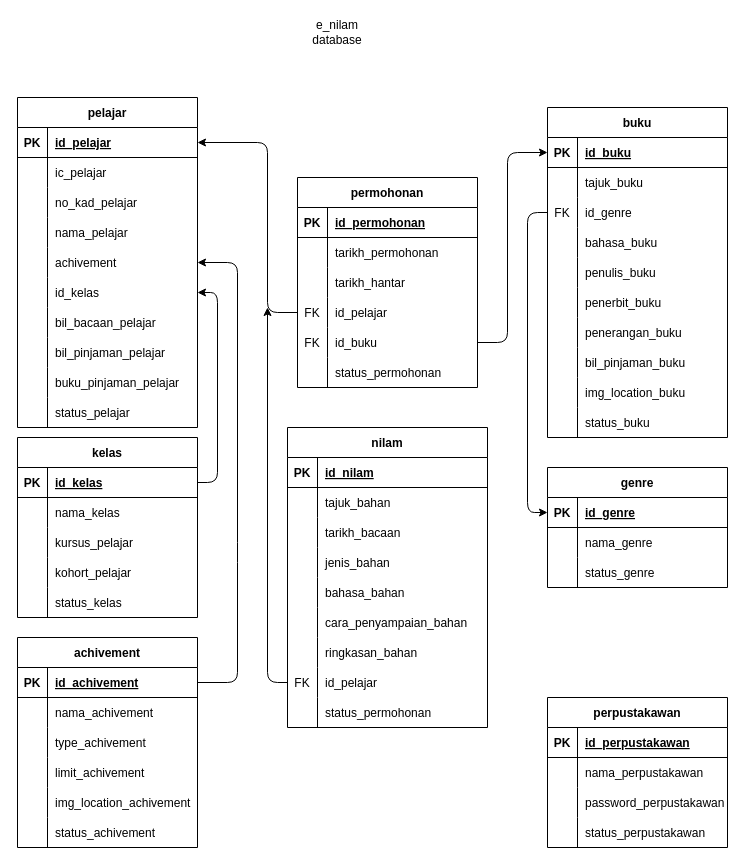
The draw.io diagram doc/database.drawio in Danialdev01/E-nilam, before the edit. Source tidied: cells renumbered, new cells numbered last; positions are measured from the earlier drawing's top-left corner, leaving out a move shared by most shapes. Both pictures are drawn from the tidied source at 100%, with x=0, y=0 at pixel (17, 17).
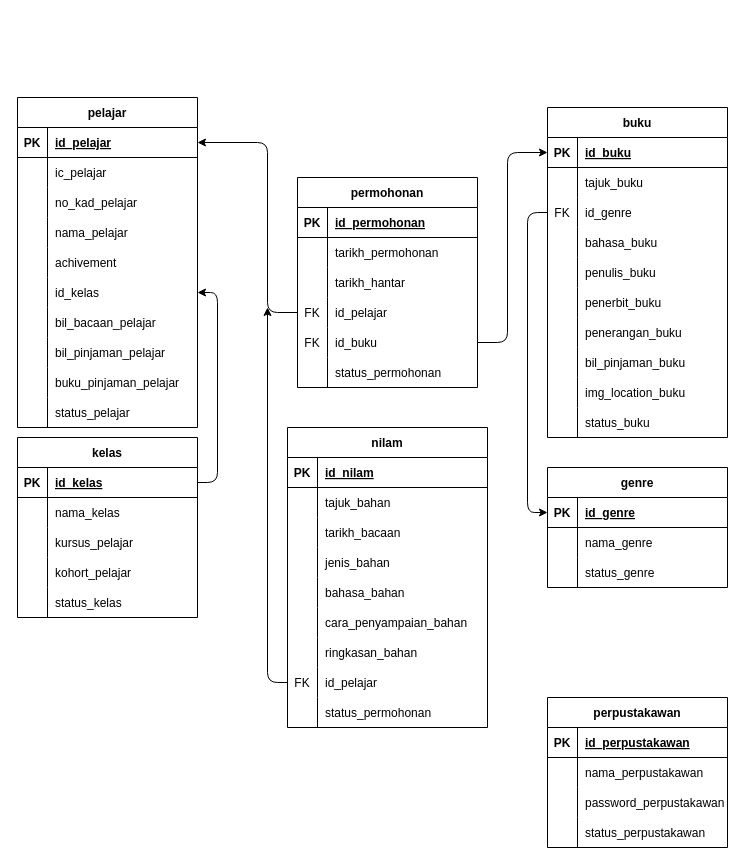
After the change.

The change refers to these unchanged cells:
```xml
<mxCell id="16" style="shape=tableRow;horizontal=0;startSize=0;swimlaneHead=0;swimlaneBody=0;fillColor=none;points=[[0,0.5],[1,0.5]];portConstraint=eastwest;top=0;left=0;right=0;bottom=0;" parent="3" vertex="1">
  <mxGeometry y="150" width="180" height="30" as="geometry" />
</mxCell>
```

Change to the diagram source:
```diff
@@
-<mxGraphModel>
+<mxGraphModel background="#ffffff">
@@
-    <mxCell id="2" value="e_nilam database" style="text;html=1;strokeColor=none;fillColor=none;align=center;verticalAlign=middle;whiteSpace=wrap;rounded=0;" parent="1" vertex="1">
-      <mxGeometry x="290" width="60" height="30" as="geometry" />
-    </mxCell>
@@
-    <mxCell id="103" value="achivement" style="shape=table;startSize=30;childLayout=tableLayout;rowLines=0;fontStyle=1;align=center;" parent="1" vertex="1">
-      <mxGeometry y="620" width="180" height="210" as="geometry" />
-    </mxCell>
-    <mxCell id="104" style="shape=tableRow;horizontal=0;startSize=0;swimlaneHead=0;swimlaneBody=0;fillColor=none;points=[[0,0.5],[1,0.5]];portConstraint=eastwest;top=0;left=0;right=0;bottom=1;" parent="103" vertex="1">
-      <mxGeometry y="30" width="180" height="30" as="geometry" />
-    </mxCell>
-    <mxCell id="105" value="PK" style="shape=partialRectangle;fillColor=none;top=0;left=0;bottom=0;right=0;fontStyle=1;overflow=hidden;" parent="104" vertex="1">
-      <mxGeometry width="30" height="30" as="geometry" />
-    </mxCell>
-    <mxCell id="106" value="id_achivement" style="shape=partialRectangle;fillColor=none;top=0;left=0;bottom=0;right=0;align=left;spacingLeft=6;fontStyle=5;overflow=hidden;" parent="104" vertex="1">
-      <mxGeometry x="30" width="150" height="30" as="geometry" />
-    </mxCell>
-    <mxCell id="107" style="shape=tableRow;horizontal=0;startSize=0;swimlaneHead=0;swimlaneBody=0;fillColor=none;top=0;left=0;right=0;bottom=0;" parent="103" vertex="1">
-      <mxGeometry y="60" width="180" height="30" as="geometry" />
-    </mxCell>
-    <mxCell id="108" style="shape=partialRectangle;fillColor=none;top=0;left=0;bottom=0;right=0;overflow=hidden;" parent="107" vertex="1">
-      <mxGeometry width="30" height="30" as="geometry" />
-    </mxCell>
-    <mxCell id="109" value="nama_achivement" style="shape=partialRectangle;fillColor=none;top=0;left=0;bottom=0;right=0;align=left;spacingLeft=6;overflow=hidden;" parent="107" vertex="1">
-      <mxGeometry x="30" width="150" height="30" as="geometry" />
-    </mxCell>
-    <mxCell id="110" style="shape=tableRow;horizontal=0;startSize=0;swimlaneHead=0;swimlaneBody=0;fillColor=none;top=0;left=0;right=0;bottom=0;" parent="103" vertex="1">
-      <mxGeometry y="90" width="180" height="30" as="geometry" />
-    </mxCell>
-    <mxCell id="111" style="shape=partialRectangle;fillColor=none;top=0;left=0;bottom=0;right=0;overflow=hidden;" parent="110" vertex="1">
-      <mxGeometry width="30" height="30" as="geometry" />
-    </mxCell>
-    <mxCell id="112" value="type_achivement" style="shape=partialRectangle;fillColor=none;top=0;left=0;bottom=0;right=0;align=left;spacingLeft=6;overflow=hidden;" parent="110" vertex="1">
-      <mxGeometry x="30" width="150" height="30" as="geometry" />
-    </mxCell>
-    <mxCell id="113" style="shape=tableRow;horizontal=0;startSize=0;swimlaneHead=0;swimlaneBody=0;fillColor=none;top=0;left=0;right=0;bottom=0;" parent="103" vertex="1">
-      <mxGeometry y="120" width="180" height="30" as="geometry" />
-    </mxCell>
-    <mxCell id="114" style="shape=partialRectangle;fillColor=none;top=0;left=0;bottom=0;right=0;overflow=hidden;" parent="113" vertex="1">
-      <mxGeometry width="30" height="30" as="geometry" />
-    </mxCell>
-    <mxCell id="115" value="limit_achivement" style="shape=partialRectangle;fillColor=none;top=0;left=0;bottom=0;right=0;align=left;spacingLeft=6;overflow=hidden;" parent="113" vertex="1">
-      <mxGeometry x="30" width="150" height="30" as="geometry" />
-    </mxCell>
-    <mxCell id="116" style="shape=tableRow;horizontal=0;startSize=0;swimlaneHead=0;swimlaneBody=0;fillColor=none;top=0;left=0;right=0;bottom=0;" parent="103" vertex="1">
-      <mxGeometry y="150" width="180" height="30" as="geometry" />
-    </mxCell>
-    <mxCell id="117" style="shape=partialRectangle;fillColor=none;top=0;left=0;bottom=0;right=0;overflow=hidden;" parent="116" vertex="1">
-      <mxGeometry width="30" height="30" as="geometry" />
-    </mxCell>
-    <mxCell id="118" value="img_location_achivement" style="shape=partialRectangle;fillColor=none;top=0;left=0;bottom=0;right=0;align=left;spacingLeft=6;overflow=hidden;" parent="116" vertex="1">
-      <mxGeometry x="30" width="150" height="30" as="geometry" />
-    </mxCell>
-    <mxCell id="119" style="shape=tableRow;horizontal=0;startSize=0;swimlaneHead=0;swimlaneBody=0;fillColor=none;top=0;left=0;right=0;bottom=0;" parent="103" vertex="1">
-      <mxGeometry y="180" width="180" height="30" as="geometry" />
-    </mxCell>
-    <mxCell id="120" style="shape=partialRectangle;fillColor=none;top=0;left=0;bottom=0;right=0;overflow=hidden;" parent="119" vertex="1">
-      <mxGeometry width="30" height="30" as="geometry" />
-    </mxCell>
-    <mxCell id="121" value="status_achivement" style="shape=partialRectangle;fillColor=none;top=0;left=0;bottom=0;right=0;align=left;spacingLeft=6;overflow=hidden;" parent="119" vertex="1">
-      <mxGeometry x="30" width="150" height="30" as="geometry" />
-    </mxCell>
-    <mxCell id="122" style="edgeStyle=none;html=1;entryX=1;entryY=0.5;entryDx=0;entryDy=0;exitX=1;exitY=0.5;exitDx=0;exitDy=0;" parent="1" edge="1" source="104" target="16">
-      <mxGeometry relative="1" as="geometry">
-        <Array as="points">
-          <mxPoint x="220" y="665" />
-          <mxPoint x="220" y="535" />
-          <mxPoint x="220" y="245" />
-        </Array>
-      </mxGeometry>
-    </mxCell>
```
